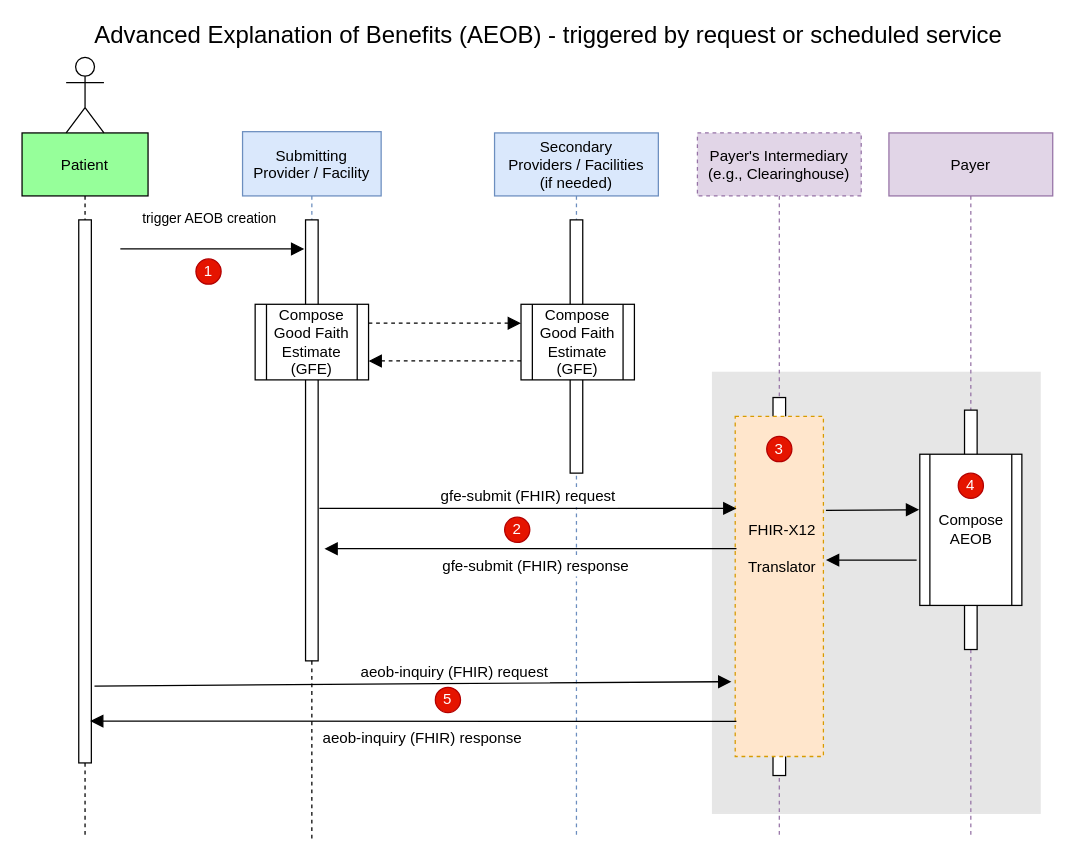
Earlier version of the draw.io diagram input/images/AEOB-interaction.drawio (HL7/davinci-pct). Source tidied: cells renumbered, new cells numbered last; positions are measured from the earlier drawing's top-left corner, leaving out a move shared by most shapes. Both pictures are drawn from the tidied source at 126%, with x=0, y=0 at pixel (21, 23).
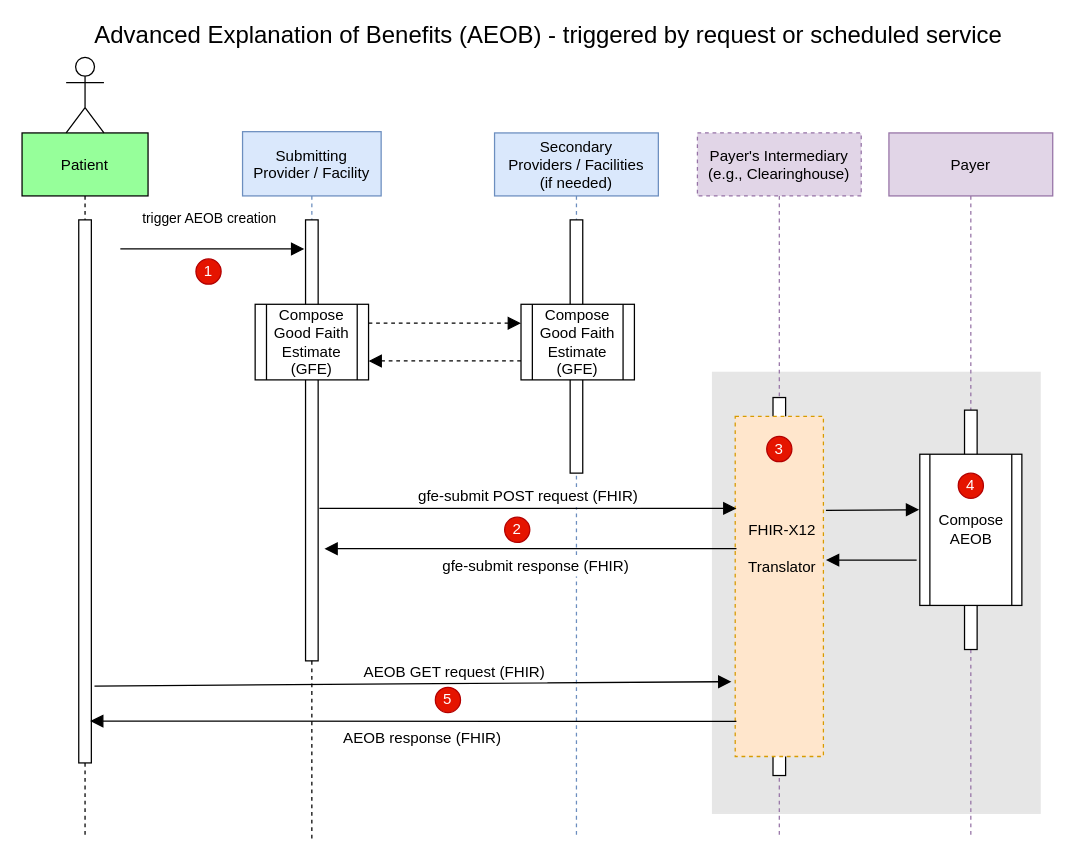
Above is the later version.

Unchanged cells that the change refers to:
```xml
<mxCell id="3" style="points=[];perimeter=orthogonalPerimeter;rounded=0;shadow=0;strokeWidth=1;" parent="2" vertex="1">
  <mxGeometry x="45" y="69" width="10" height="431" as="geometry" />
</mxCell>
<mxCell id="26" style="rounded=0;whiteSpace=wrap;html=1;fillColor=#ffe6cc;strokeColor=#d79b00;dashed=1;" parent="25" vertex="1">
  <mxGeometry x="-2" y="-5.1" width="70" height="270" as="geometry" />
</mxCell>
```

Diff of the diagram source:
```diff
@@
-    <mxCell id="31" value="aeob-inquiry (FHIR) response" style="verticalAlign=bottom;endArrow=block;endSize=8;shadow=0;strokeWidth=1;endFill=1;entryX=0.9;entryY=0.923;entryDx=0;entryDy=0;entryPerimeter=0;exitX=0.014;exitY=0.897;exitDx=0;exitDy=0;exitPerimeter=0;fontSize=12;" parent="1" edge="1" source="26" target="3">
+    <mxCell id="31" value="AEOB response (FHIR)" style="verticalAlign=bottom;endArrow=block;endSize=8;shadow=0;strokeWidth=1;endFill=1;entryX=0.9;entryY=0.923;entryDx=0;entryDy=0;entryPerimeter=0;exitX=0.014;exitY=0.897;exitDx=0;exitDy=0;exitPerimeter=0;fontSize=12;" parent="1" edge="1" source="26" target="3">
       <mxGeometry x="-0.03" y="23" relative="1" as="geometry" />
     </mxCell>
-    <mxCell id="32" value="gfe-submit (FHIR) request" style="verticalAlign=bottom;endArrow=block;shadow=0;strokeWidth=1;entryX=-0.014;entryY=0.388;entryDx=0;entryDy=0;entryPerimeter=0;endSize=8;fontSize=12;" parent="1" edge="1">
+    <mxCell id="32" value="gfe-submit POST request (FHIR)" style="verticalAlign=bottom;endArrow=block;shadow=0;strokeWidth=1;entryX=-0.014;entryY=0.388;entryDx=0;entryDy=0;entryPerimeter=0;endSize=8;fontSize=12;" parent="1" edge="1">
       <mxGeometry relative="1" as="geometry">
         <mxPoint x="236" y="385" as="sourcePoint" />
         <mxPoint x="567" y="385" as="targetPoint" />
       </mxGeometry>
     </mxCell>
@@
-    <mxCell id="35" value="aeob-inquiry (FHIR) request" style="verticalAlign=bottom;endArrow=block;endSize=8;shadow=0;strokeWidth=1;endFill=1;entryX=-0.043;entryY=0.78;entryDx=0;entryDy=0;entryPerimeter=0;fontSize=12;" parent="1" edge="1" target="26">
+    <mxCell id="35" value="AEOB GET request (FHIR)" style="verticalAlign=bottom;endArrow=block;endSize=8;shadow=0;strokeWidth=1;endFill=1;entryX=-0.043;entryY=0.78;entryDx=0;entryDy=0;entryPerimeter=0;fontSize=12;" parent="1" edge="1" target="26">
       <mxGeometry x="0.13" relative="1" as="geometry">
         <mxPoint x="57.5" y="526" as="sourcePoint" />
       </mxGeometry>
     </mxCell>
-    <mxCell id="36" value="gfe-submit (FHIR) response" style="verticalAlign=bottom;endArrow=block;endSize=8;shadow=0;strokeWidth=1;endFill=1;fontSize=12;" parent="1" edge="1">
+    <mxCell id="36" value="gfe-submit response (FHIR)" style="verticalAlign=bottom;endArrow=block;endSize=8;shadow=0;strokeWidth=1;endFill=1;fontSize=12;" parent="1" edge="1">
       <mxGeometry x="-0.03" y="23" relative="1" as="geometry">
         <mxPoint x="567" y="417" as="sourcePoint" />
         <mxPoint x="240" y="417" as="targetPoint" />
       </mxGeometry>
     </mxCell>
```
